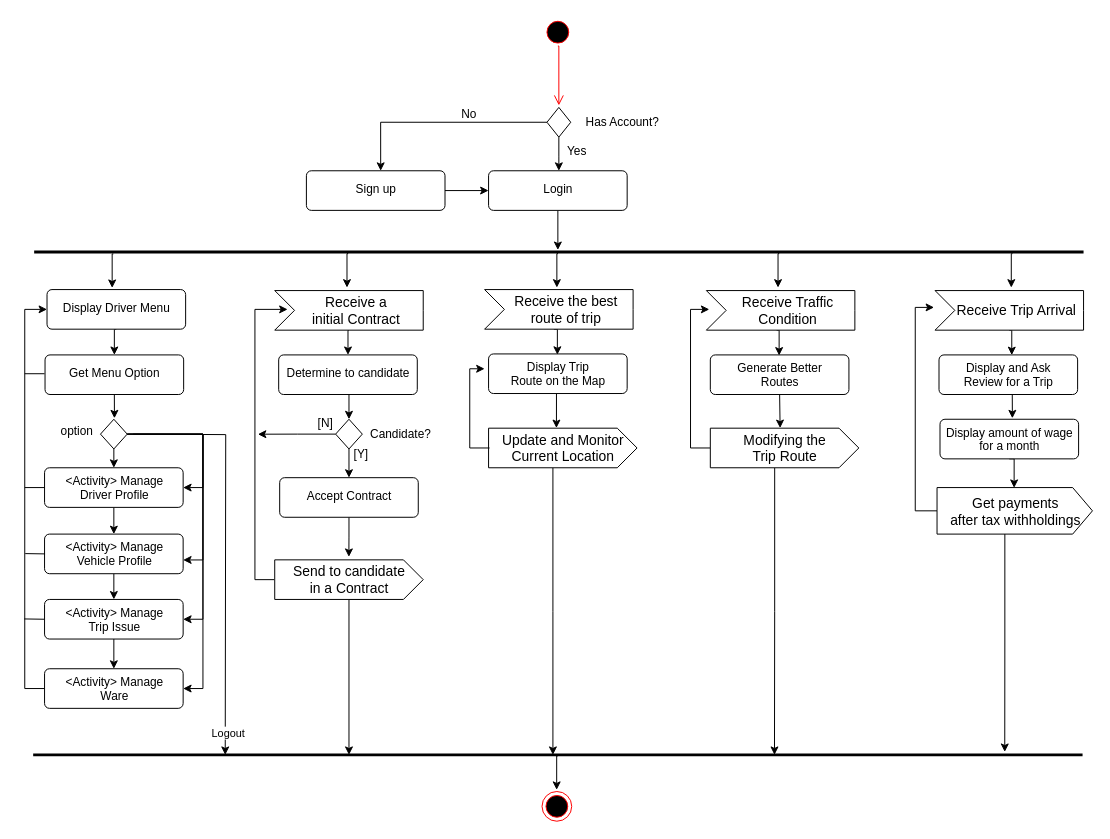
Above: Activity_diagram(Driver App).drawio in mjkim1019/SoftwareEngineering (draw.io), before the change. Source tidied: cells renumbered, new cells numbered last; positions are measured from the earlier drawing's top-left corner, leaving out a move shared by most shapes. Both pictures are drawn from the tidied source at 99%, with x=0, y=0 at pixel (24, 17).
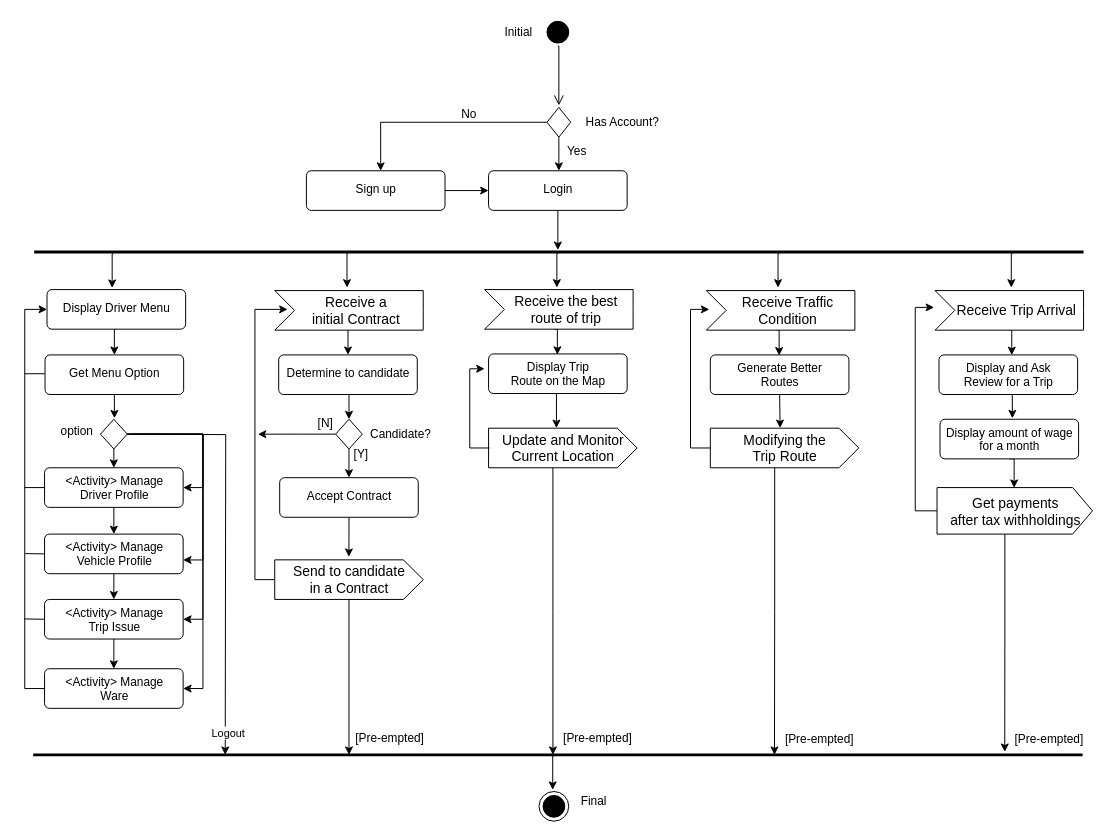
After the change.

The edit, as a diff of the source:
```diff
@@
-    <mxCell id="2" style="ellipse;html=1;shape=startState;fillColor=#000000;strokeColor=#ff0000;" parent="1" vertex="1">
+    <mxCell id="2" style="ellipse;html=1;shape=startState;fillColor=#000000;strokeColor=#000000;" parent="1" vertex="1">
       <mxGeometry x="524" width="30" height="30" as="geometry" />
     </mxCell>
-    <mxCell id="3" style="edgeStyle=orthogonalEdgeStyle;html=1;verticalAlign=bottom;endArrow=open;endSize=8;strokeColor=#ff0000;rounded=0;" parent="1" edge="1">
+    <mxCell id="3" style="edgeStyle=orthogonalEdgeStyle;html=1;verticalAlign=bottom;endArrow=open;endSize=8;strokeColor=#000000;rounded=0;" parent="1" edge="1">
       <mxGeometry relative="1" as="geometry">
         <mxPoint x="539" y="29" as="sourcePoint" />
         <mxPoint x="540" y="89" as="targetPoint" />
         <Array as="points">
           <mxPoint x="540" y="29" />
         </Array>
       </mxGeometry>
     </mxCell>
@@
-    <mxCell id="81" style="ellipse;html=1;shape=endState;fillColor=#000000;strokeColor=#ff0000;" parent="1" vertex="1">
-      <mxGeometry x="523" y="782" width="30" height="30" as="geometry" />
+    <mxCell id="81" style="ellipse;html=1;shape=endState;fillColor=#000000;strokeColor=#000000;" parent="1" vertex="1">
+      <mxGeometry x="520" y="782" width="30" height="30" as="geometry" />
     </mxCell>
     <mxCell id="82" style="edgeStyle=orthogonalEdgeStyle;rounded=0;orthogonalLoop=1;jettySize=auto;html=1;entryX=0.47;entryY=-0.042;entryDx=0;entryDy=0;entryPerimeter=0;" parent="1" edge="1">
       <mxGeometry relative="1" as="geometry">
-        <mxPoint x="539" y="746" as="sourcePoint" />
-        <mxPoint x="537.8" y="780.3" as="targetPoint" />
+        <mxPoint x="535" y="746" as="sourcePoint" />
+        <mxPoint x="533.8" y="780.3" as="targetPoint" />
       </mxGeometry>
     </mxCell>
@@
+    <mxCell id="86" value="[Pre-empted]" style="text;html=1;align=center;verticalAlign=middle;strokeColor=none;fillColor=none;" parent="1" vertex="1">
+      <mxGeometry x="324" y="713" width="90" height="30" as="geometry" />
+    </mxCell>
+    <mxCell id="87" value="[Pre-empted]" style="text;html=1;align=center;verticalAlign=middle;strokeColor=none;fillColor=none;" parent="1" vertex="1">
+      <mxGeometry x="534" y="713" width="90" height="30" as="geometry" />
+    </mxCell>
+    <mxCell id="88" value="[Pre-empted]" style="text;html=1;align=center;verticalAlign=middle;strokeColor=none;fillColor=none;" parent="1" vertex="1">
+      <mxGeometry x="758" y="714" width="90" height="30" as="geometry" />
+    </mxCell>
+    <mxCell id="89" value="[Pre-empted]" style="text;html=1;align=center;verticalAlign=middle;strokeColor=none;fillColor=none;" parent="1" vertex="1">
+      <mxGeometry x="990" y="715" width="90" height="30" as="geometry" />
+    </mxCell>
+    <mxCell id="90" value="Initial" style="text;html=1;align=center;verticalAlign=middle;strokeColor=none;fillColor=none;" parent="1" vertex="1">
+      <mxGeometry x="474" width="50" height="30" as="geometry" />
+    </mxCell>
+    <mxCell id="91" value="Final" style="text;html=1;align=center;verticalAlign=middle;strokeColor=none;fillColor=none;" parent="1" vertex="1">
+      <mxGeometry x="550" y="777" width="50" height="30" as="geometry" />
+    </mxCell>
```
